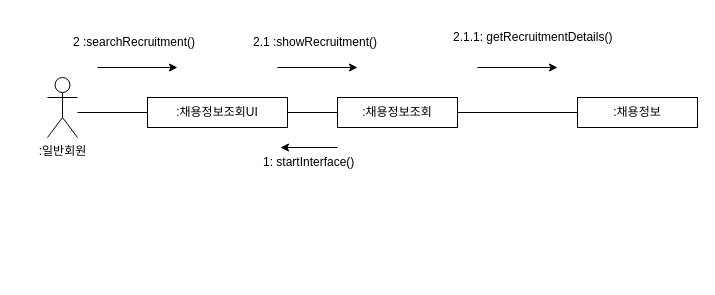
FinancialWorld16/SE_TEAM keeps this draw.io diagram as B811190_진선명/채용정보조회.drawio. Above is the earlier version. Source tidied: cells renumbered, new cells numbered last; positions are measured from the earlier drawing's top-left corner, leaving out a move shared by most shapes. Both pictures are drawn from the tidied source at 100%, with x=0, y=0 at pixel (47, 17).
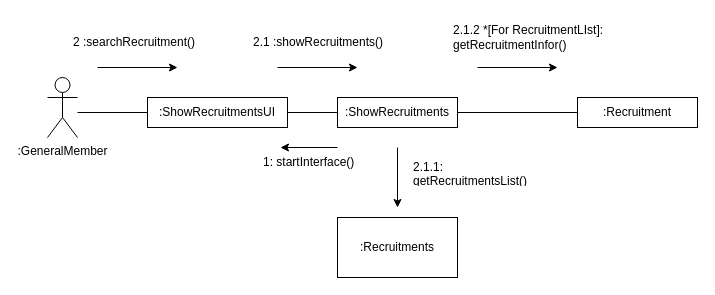
The same diagram, later.

Change to the diagram source:
```diff
@@
-    <mxCell id="2" value=":일반회원" style="shape=umlActor;verticalLabelPosition=bottom;verticalAlign=top;html=1;" parent="1" vertex="1">
+    <mxCell id="2" value=":GeneralMember" style="shape=umlActor;verticalLabelPosition=bottom;verticalAlign=top;html=1;" parent="1" vertex="1">
       <mxGeometry y="60" width="30" height="60" as="geometry" />
     </mxCell>
-    <mxCell id="3" value=":채용정보조회UI" style="rounded=0;whiteSpace=wrap;html=1;" parent="1" vertex="1">
+    <mxCell id="3" value=":ShowRecruitmentsUI" style="rounded=0;whiteSpace=wrap;html=1;" parent="1" vertex="1">
       <mxGeometry x="100" y="80" width="140" height="30" as="geometry" />
     </mxCell>
-    <mxCell id="4" value=":채용정보조회" style="rounded=0;whiteSpace=wrap;html=1;" parent="1" vertex="1">
+    <mxCell id="4" value=":ShowRecruitments" style="rounded=0;whiteSpace=wrap;html=1;" parent="1" vertex="1">
       <mxGeometry x="290" y="80" width="120" height="30" as="geometry" />
     </mxCell>
@@
-    <mxCell id="9" value=":채용정보" style="rounded=0;whiteSpace=wrap;html=1;" parent="1" vertex="1">
+    <mxCell id="9" value=":Recruitment" style="rounded=0;whiteSpace=wrap;html=1;" parent="1" vertex="1">
       <mxGeometry x="530" y="80" width="120" height="30" as="geometry" />
     </mxCell>
-    <mxCell id="10" value="2.1.1: getRecruitmentDetails()" style="text;strokeColor=none;fillColor=none;align=left;verticalAlign=middle;spacingLeft=4;spacingRight=4;overflow=hidden;whiteSpace=wrap;html=1;" parent="1" vertex="1">
+    <mxCell id="10" value="2.1.2 *[For RecruitmentLIst]: getRecruitmentInfor()" style="text;strokeColor=none;fillColor=none;align=left;verticalAlign=middle;spacingLeft=4;spacingRight=4;overflow=hidden;whiteSpace=wrap;html=1;" parent="1" vertex="1">
       <mxGeometry x="400" width="170" height="40" as="geometry" />
     </mxCell>
@@
-    <mxCell id="15" value="2.1 :showRecruitment()" style="text;strokeColor=none;fillColor=none;align=left;verticalAlign=middle;spacingLeft=4;spacingRight=4;overflow=hidden;whiteSpace=wrap;html=1;" parent="1" vertex="1">
+    <mxCell id="15" value="2.1 :showRecruitments()" style="text;strokeColor=none;fillColor=none;align=left;verticalAlign=middle;spacingLeft=4;spacingRight=4;overflow=hidden;whiteSpace=wrap;html=1;" parent="1" vertex="1">
       <mxGeometry x="200" y="10" width="170" height="30" as="geometry" />
     </mxCell>
@@
+    <mxCell id="17" value=":Recruitments" style="rounded=0;whiteSpace=wrap;html=1;" parent="1" vertex="1">
+      <mxGeometry x="290" y="200" width="120" height="60" as="geometry" />
+    </mxCell>
+    <mxCell id="18" style="endArrow=classic;html=1;rounded=0;" parent="1" edge="1">
+      <mxGeometry relative="1" as="geometry">
+        <mxPoint x="350" y="130" as="sourcePoint" />
+        <mxPoint x="350" y="190" as="targetPoint" />
+      </mxGeometry>
+    </mxCell>
+    <mxCell id="19" value="2.1.1: getRecruitmentsList()" style="text;strokeColor=none;fillColor=none;align=left;verticalAlign=middle;spacingLeft=4;spacingRight=4;overflow=hidden;whiteSpace=wrap;html=1;" parent="1" vertex="1">
+      <mxGeometry x="360" y="140" width="150" height="30" as="geometry" />
+    </mxCell>
```
